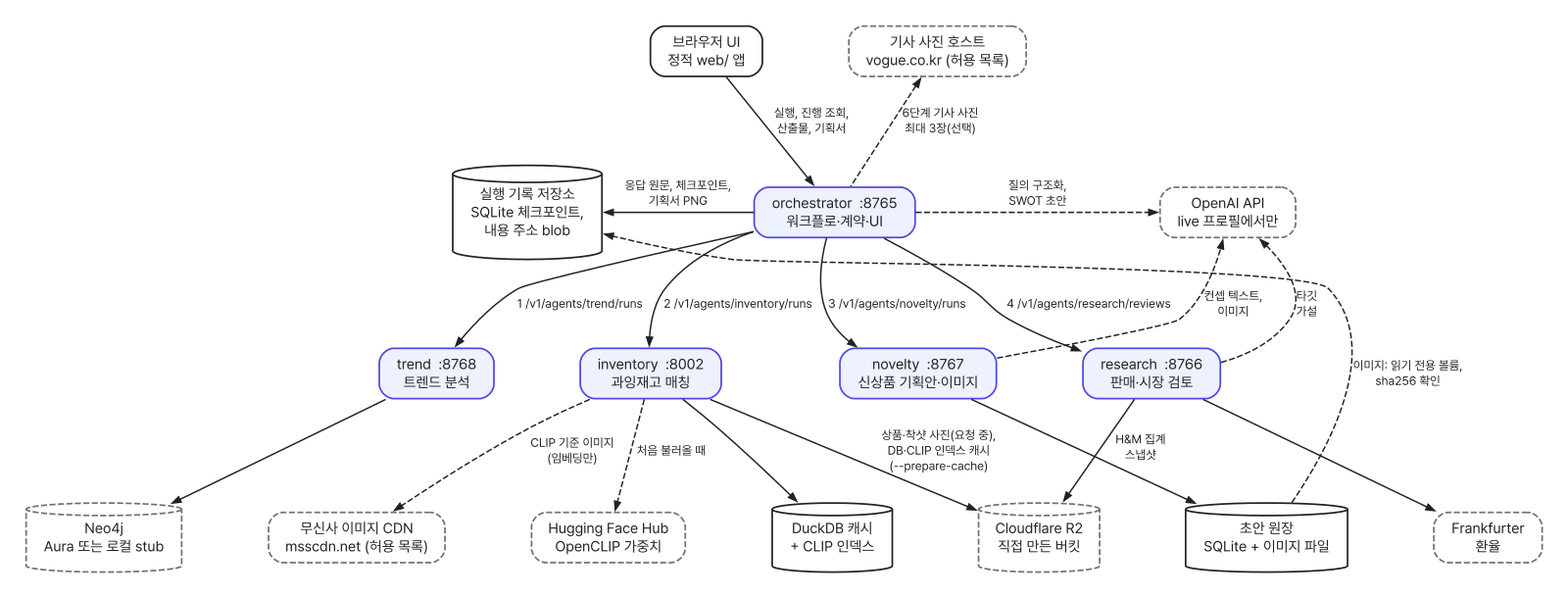
The Graphviz diagram docs/diagrams/system.png in KG-RAG-02/fashion-planner-orchestrator, before a commit. Its source is kept beside it as docs/diagrams/src/system.dot.
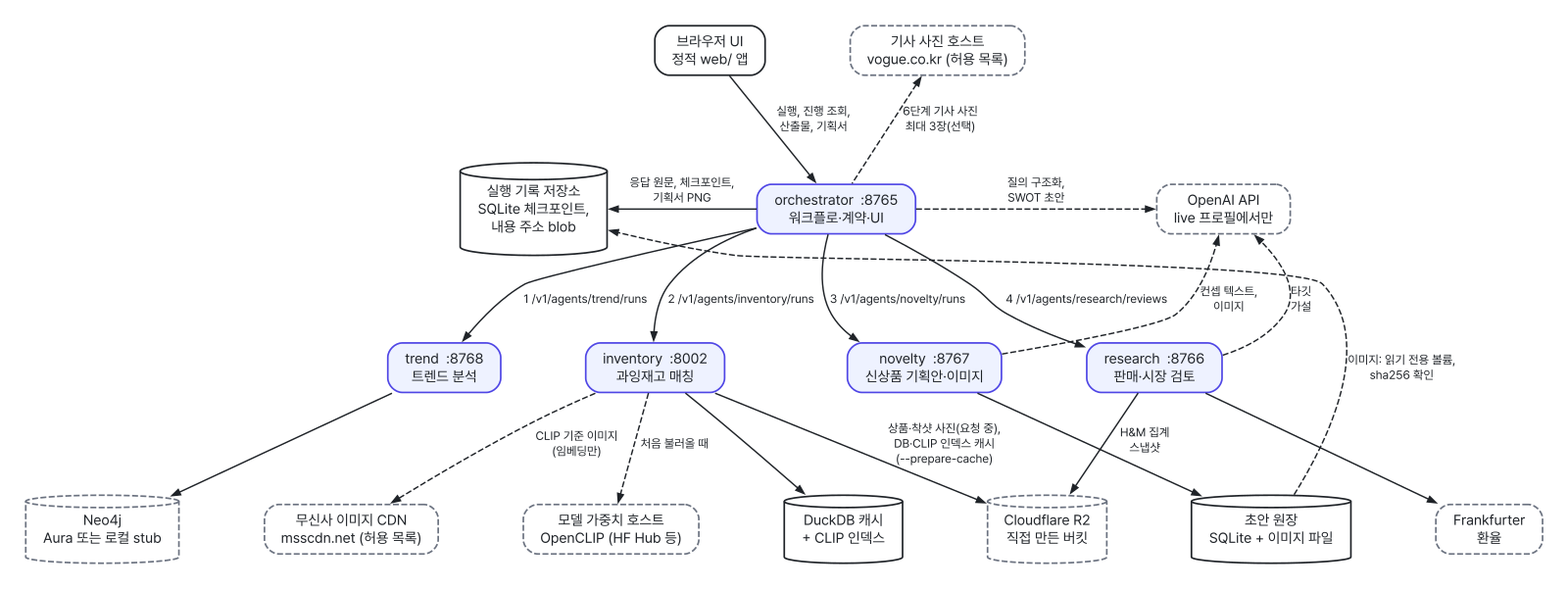
Above is the later version.

Change to the diagram source:
```diff
@@ -23,7 +23,7 @@
   openai [label="OpenAI API\nlive 프로필에서만", shape=box, style="rounded,dashed"];
   photo  [label="기사 사진 호스트\nvogue.co.kr (허용 목록)", shape=box, style="rounded,dashed"];
   cdn    [label="무신사 이미지 CDN\nmsscdn.net (허용 목록)", shape=box, style="rounded,dashed"];
-  hf     [label="Hugging Face Hub\nOpenCLIP 가중치", shape=box, style="rounded,dashed"];
+  hf     [label="모델 가중치 호스트\nOpenCLIP (HF Hub 등)", shape=box, style="rounded,dashed"];
 
   { rank=same; ui; photo; }
   { rank=same; store; orch; openai; }
```
